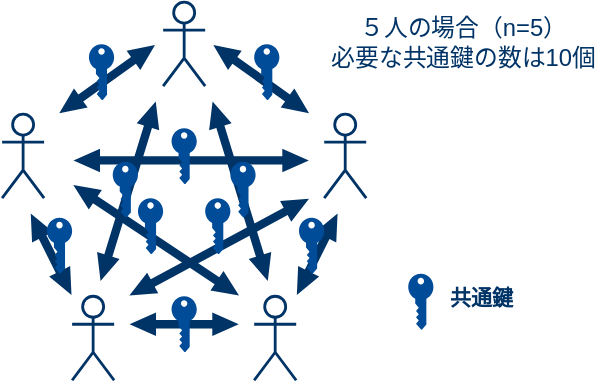
Above: img/3-share-comkey.svg in akakou-doc/pubkey-crypto (draw.io), before the change. Source tidied: cells renumbered, new cells last; positions are measured from the earlier drawing's top-left corner, leaving out a move shared by most shapes.
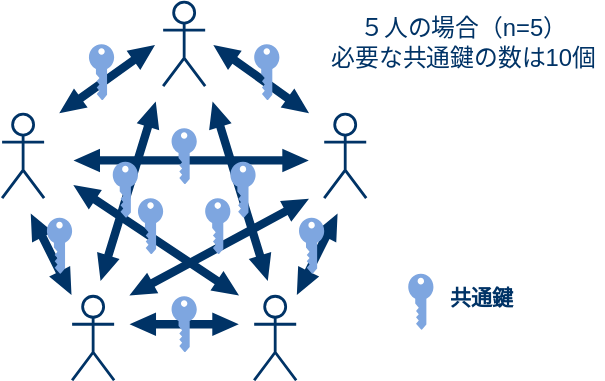
The same diagram one commit later.

The edit, as a diff of the source:
```diff
@@ -76,37 +76,37 @@
         <mxPoint x="220" y="140" as="targetPoint" />
       </mxGeometry>
     </mxCell>
-    <mxCell id="17" style="verticalLabelPosition=bottom;html=1;verticalAlign=top;align=center;shape=mxgraph.cisco19.key;fillColor=#004C99;strokeColor=#FFFFFF;direction=south;strokeWidth=15;" parent="1" vertex="1">
+    <mxCell id="17" style="verticalLabelPosition=bottom;html=1;verticalAlign=top;align=center;shape=mxgraph.cisco19.key;fillColor=#7EA6E0;strokeColor=#FFFFFF;direction=south;strokeWidth=15;" parent="1" vertex="1">
       <mxGeometry x="62" y="30" width="18" height="40" as="geometry" />
     </mxCell>
-    <mxCell id="18" style="verticalLabelPosition=bottom;html=1;verticalAlign=top;align=center;shape=mxgraph.cisco19.key;fillColor=#004C99;strokeColor=#FFFFFF;direction=south;strokeWidth=15;" parent="1" vertex="1">
+    <mxCell id="18" style="verticalLabelPosition=bottom;html=1;verticalAlign=top;align=center;shape=mxgraph.cisco19.key;fillColor=#7EA6E0;strokeColor=#FFFFFF;direction=south;strokeWidth=15;" parent="1" vertex="1">
       <mxGeometry x="32" y="154" width="18" height="40" as="geometry" />
     </mxCell>
-    <mxCell id="19" style="verticalLabelPosition=bottom;html=1;verticalAlign=top;align=center;shape=mxgraph.cisco19.key;fillColor=#004C99;strokeColor=#FFFFFF;direction=south;strokeWidth=15;" parent="1" vertex="1">
+    <mxCell id="19" style="verticalLabelPosition=bottom;html=1;verticalAlign=top;align=center;shape=mxgraph.cisco19.key;fillColor=#7EA6E0;strokeColor=#FFFFFF;direction=south;strokeWidth=15;" parent="1" vertex="1">
       <mxGeometry x="121" y="210" width="18" height="40" as="geometry" />
     </mxCell>
-    <mxCell id="20" style="verticalLabelPosition=bottom;html=1;verticalAlign=top;align=center;shape=mxgraph.cisco19.key;fillColor=#004C99;strokeColor=#FFFFFF;direction=south;strokeWidth=15;" parent="1" vertex="1">
+    <mxCell id="20" style="verticalLabelPosition=bottom;html=1;verticalAlign=top;align=center;shape=mxgraph.cisco19.key;fillColor=#7EA6E0;strokeColor=#FFFFFF;direction=south;strokeWidth=15;" parent="1" vertex="1">
       <mxGeometry x="97" y="140" width="18" height="40" as="geometry" />
     </mxCell>
-    <mxCell id="21" style="verticalLabelPosition=bottom;html=1;verticalAlign=top;align=center;shape=mxgraph.cisco19.key;fillColor=#004C99;strokeColor=#FFFFFF;direction=south;strokeWidth=15;" parent="1" vertex="1">
+    <mxCell id="21" style="verticalLabelPosition=bottom;html=1;verticalAlign=top;align=center;shape=mxgraph.cisco19.key;fillColor=#7EA6E0;strokeColor=#FFFFFF;direction=south;strokeWidth=15;" parent="1" vertex="1">
       <mxGeometry x="79" y="114" width="18" height="40" as="geometry" />
     </mxCell>
-    <mxCell id="22" style="verticalLabelPosition=bottom;html=1;verticalAlign=top;align=center;shape=mxgraph.cisco19.key;fillColor=#004C99;strokeColor=#FFFFFF;direction=south;strokeWidth=15;" parent="1" vertex="1">
+    <mxCell id="22" style="verticalLabelPosition=bottom;html=1;verticalAlign=top;align=center;shape=mxgraph.cisco19.key;fillColor=#7EA6E0;strokeColor=#FFFFFF;direction=south;strokeWidth=15;" parent="1" vertex="1">
       <mxGeometry x="121" y="90" width="18" height="40" as="geometry" />
     </mxCell>
-    <mxCell id="23" style="verticalLabelPosition=bottom;html=1;verticalAlign=top;align=center;shape=mxgraph.cisco19.key;fillColor=#004C99;strokeColor=#FFFFFF;direction=south;strokeWidth=15;" parent="1" vertex="1">
+    <mxCell id="23" style="verticalLabelPosition=bottom;html=1;verticalAlign=top;align=center;shape=mxgraph.cisco19.key;fillColor=#7EA6E0;strokeColor=#FFFFFF;direction=south;strokeWidth=15;" parent="1" vertex="1">
       <mxGeometry x="180" y="30" width="18" height="40" as="geometry" />
     </mxCell>
-    <mxCell id="24" style="verticalLabelPosition=bottom;html=1;verticalAlign=top;align=center;shape=mxgraph.cisco19.key;fillColor=#004C99;strokeColor=#FFFFFF;direction=south;strokeWidth=15;" parent="1" vertex="1">
+    <mxCell id="24" style="verticalLabelPosition=bottom;html=1;verticalAlign=top;align=center;shape=mxgraph.cisco19.key;fillColor=#7EA6E0;strokeColor=#FFFFFF;direction=south;strokeWidth=15;" parent="1" vertex="1">
       <mxGeometry x="145" y="140" width="18" height="40" as="geometry" />
     </mxCell>
-    <mxCell id="25" style="verticalLabelPosition=bottom;html=1;verticalAlign=top;align=center;shape=mxgraph.cisco19.key;fillColor=#004C99;strokeColor=#FFFFFF;direction=south;strokeWidth=15;" parent="1" vertex="1">
+    <mxCell id="25" style="verticalLabelPosition=bottom;html=1;verticalAlign=top;align=center;shape=mxgraph.cisco19.key;fillColor=#7EA6E0;strokeColor=#FFFFFF;direction=south;strokeWidth=15;" parent="1" vertex="1">
       <mxGeometry x="163" y="114" width="18" height="40" as="geometry" />
     </mxCell>
-    <mxCell id="26" style="verticalLabelPosition=bottom;html=1;verticalAlign=top;align=center;shape=mxgraph.cisco19.key;fillColor=#004C99;strokeColor=#FFFFFF;direction=south;strokeWidth=15;" parent="1" vertex="1">
+    <mxCell id="26" style="verticalLabelPosition=bottom;html=1;verticalAlign=top;align=center;shape=mxgraph.cisco19.key;fillColor=#7EA6E0;strokeColor=#FFFFFF;direction=south;strokeWidth=15;" parent="1" vertex="1">
       <mxGeometry x="212" y="154" width="18" height="40" as="geometry" />
     </mxCell>
-    <mxCell id="27" style="verticalLabelPosition=bottom;html=1;verticalAlign=top;align=center;shape=mxgraph.cisco19.key;fillColor=#004C99;strokeColor=#FFFFFF;direction=south;strokeWidth=15;" parent="1" vertex="1">
+    <mxCell id="27" style="verticalLabelPosition=bottom;html=1;verticalAlign=top;align=center;shape=mxgraph.cisco19.key;fillColor=#7EA6E0;strokeColor=#FFFFFF;direction=south;strokeWidth=15;" parent="1" vertex="1">
       <mxGeometry x="290" y="194" width="18" height="40" as="geometry" />
     </mxCell>
     <mxCell id="28" value="&lt;font color=&quot;#003366&quot; size=&quot;1&quot;&gt;&lt;b style=&quot;font-size: 15px&quot;&gt;共通鍵&lt;/b&gt;&lt;/font&gt;" style="text;html=1;strokeColor=none;fillColor=none;align=center;verticalAlign=middle;whiteSpace=wrap;rounded=0;dashed=1;" parent="1" vertex="1">
```
